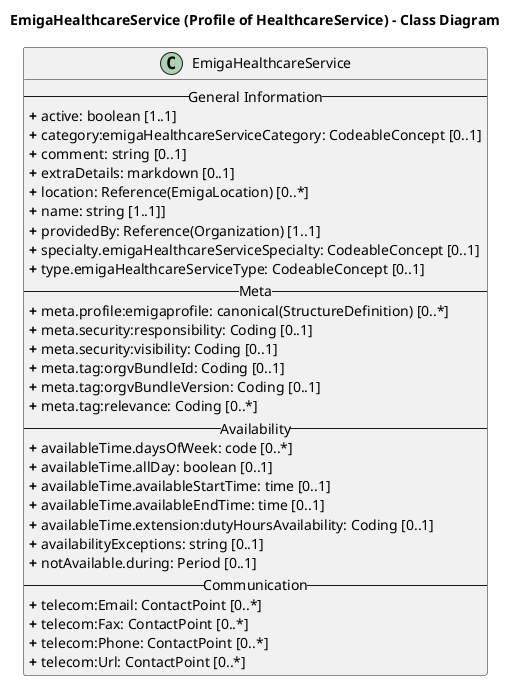
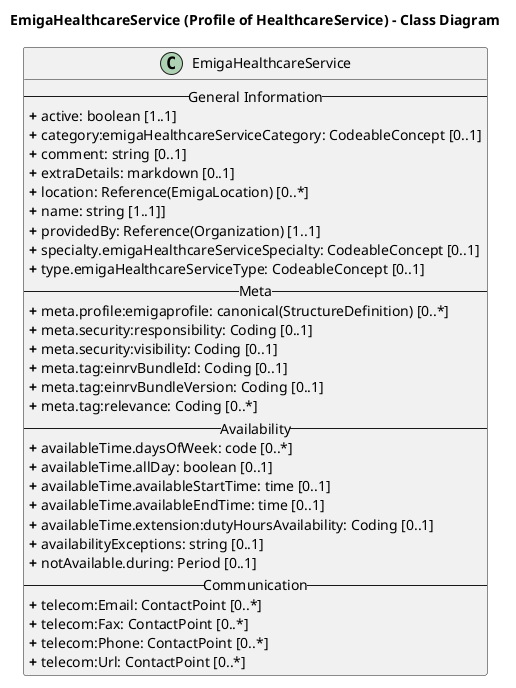
@startuml
skinparam linetype ortho

title EmigaHealthcareService (Profile of HealthcareService) - Class Diagram

' Main Class
class EmigaHealthcareService{
-- General Information --
<b>+</b> active: boolean [1..1]
<b>+</b> category:emigaHealthcareServiceCategory: CodeableConcept [0..1]
<b>+</b> comment: string [0..1]
<b>+</b> extraDetails: markdown [0..1]
<b>+</b> location: Reference(EmigaLocation) [0..*]
<b>+</b> name: string [1..1]]
<b>+</b> providedBy: Reference(Organization) [1..1]
<b>+</b> specialty.emigaHealthcareServiceSpecialty: CodeableConcept [0..1]
<b>+</b> type.emigaHealthcareServiceType: CodeableConcept [0..1]
-- Meta --
<b>+</b> meta.profile:emigaprofile: canonical(StructureDefinition) [0..*]
<b>+</b> meta.security:responsibility: Coding [0..1]
<b>+</b> meta.security:visibility: Coding [0..1]
- <b>+</b> meta.tag:orgvBundleId: Coding [0..1]
- <b>+</b> meta.tag:orgvBundleVersion: Coding [0..1]
+ <b>+</b> meta.tag:einrvBundleId: Coding [0..1]
+ <b>+</b> meta.tag:einrvBundleVersion: Coding [0..1]
<b>+</b> meta.tag:relevance: Coding [0..*]
-- Availability --
<b>+</b> availableTime.daysOfWeek: code [0..*]
<b>+</b> availableTime.allDay: boolean [0..1]
<b>+</b> availableTime.availableStartTime: time [0..1]
<b>+</b> availableTime.availableEndTime: time [0..1]
<b>+</b> availableTime.extension:dutyHoursAvailability: Coding [0..1]
<b>+</b> availabilityExceptions: string [0..1]
<b>+</b> notAvailable.during: Period [0..1]
-- Communication --
<b>+</b> telecom:Email: ContactPoint [0..*]
<b>+</b> telecom:Fax: ContactPoint [0..*]
<b>+</b> telecom:Phone: ContactPoint [0..*]
<b>+</b> telecom:Url: ContactPoint [0..*]
}

@enduml